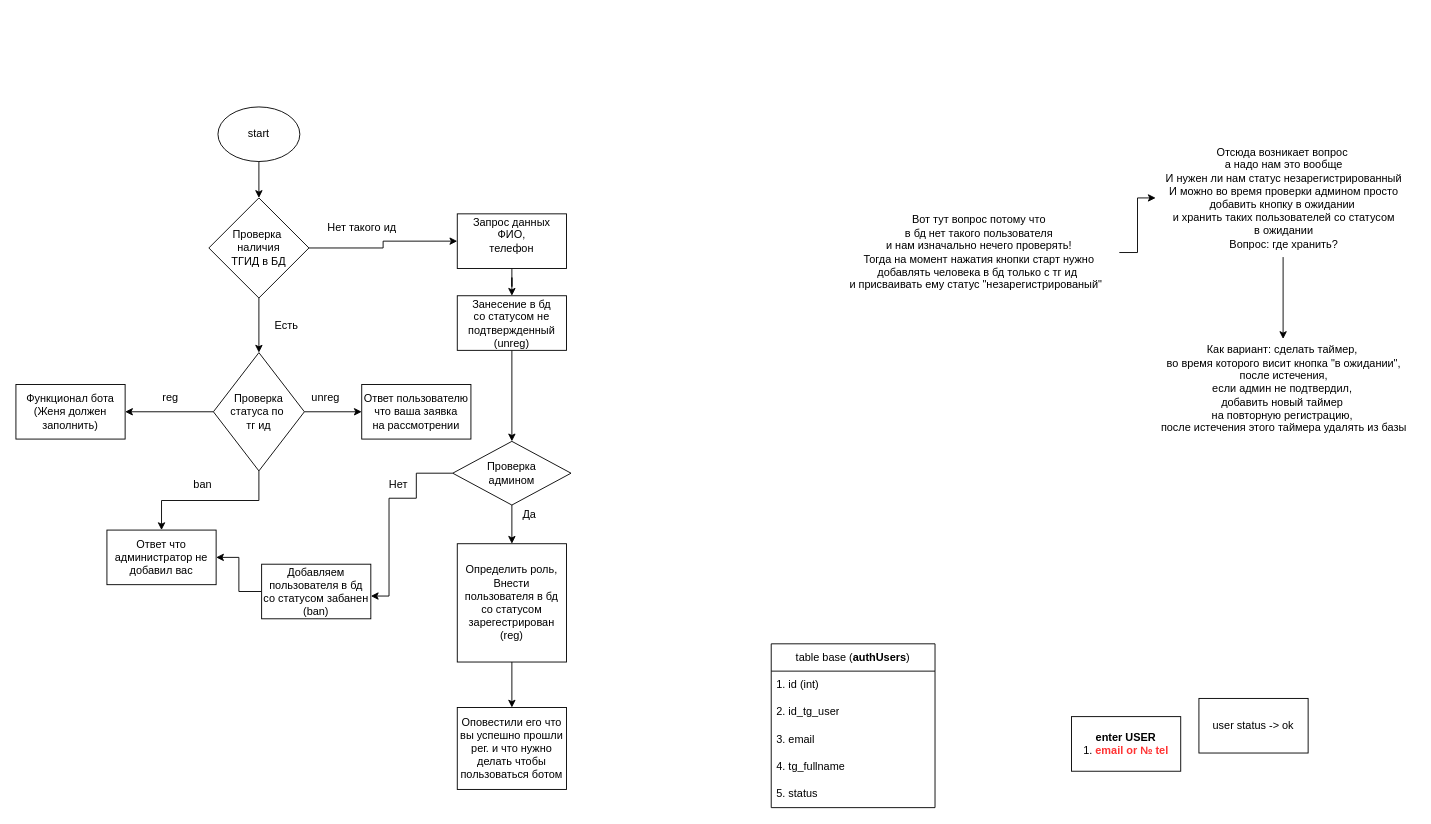
Above: auth_op_bot.drawio in EvgeniiGud/draw (draw.io), before the change. Source tidied: cells renumbered, new cells numbered last; positions are measured from the earlier drawing's top-left corner, leaving out a move shared by most shapes. Both pictures are drawn from the tidied source at 91%, with x=0, y=0 at pixel (15, 106).
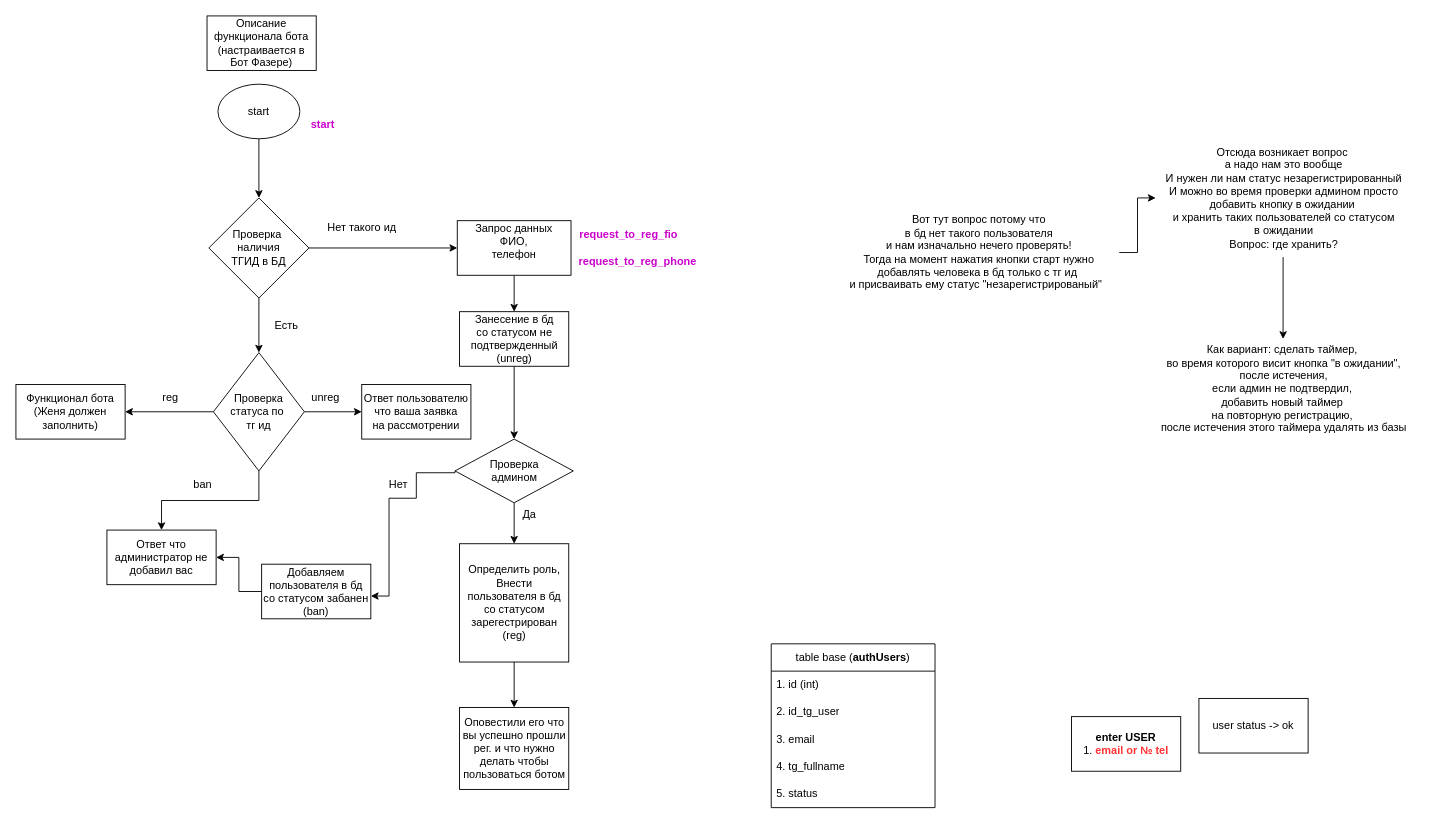
Above is the later version.

The edit, as a diff of the source:
```diff
@@
     <mxCell id="3" value="start" style="ellipse;whiteSpace=wrap;html=1;" parent="1" vertex="1">
-      <mxGeometry x="222" width="90" height="60" as="geometry" />
+      <mxGeometry x="222" y="-25" width="90" height="60" as="geometry" />
     </mxCell>
@@
     <mxCell id="6" value="&lt;div&gt;Проверка&lt;/div&gt;&lt;div&gt;админом&lt;/div&gt;" style="rhombus;whiteSpace=wrap;html=1;" parent="1" vertex="1">
-      <mxGeometry x="480" y="367.5" width="130" height="70" as="geometry" />
+      <mxGeometry x="482.5" y="365" width="130" height="70" as="geometry" />
     </mxCell>
@@
     <mxCell id="21" value="&lt;div&gt;Запрос данных&lt;/div&gt;&lt;div&gt;ФИО,&lt;/div&gt;&lt;div&gt;телефон&lt;/div&gt;&lt;div&gt;&lt;br&gt;&lt;/div&gt;" style="whiteSpace=wrap;html=1;" parent="1" vertex="1">
-      <mxGeometry x="485" y="117.5" width="120" height="60" as="geometry" />
+      <mxGeometry x="485" y="125" width="125" height="60" as="geometry" />
     </mxCell>
@@
     <mxCell id="23" value="&lt;div&gt;Определить роль,&lt;/div&gt;&lt;div&gt;Внести пользователя в бд со статусом&lt;/div&gt;&lt;div&gt;зарегестрирован&lt;/div&gt;&lt;div&gt;(reg)&lt;/div&gt;" style="whiteSpace=wrap;html=1;" parent="1" vertex="1">
-      <mxGeometry x="485" y="480" width="120" height="130" as="geometry" />
+      <mxGeometry x="487.5" y="480" width="120" height="130" as="geometry" />
     </mxCell>
@@
     <mxCell id="33" value="&lt;div&gt;Оповестили его что вы успешно прошли рег. и что нужно делать чтобы пользоваться ботом&lt;br&gt;&lt;/div&gt;" style="whiteSpace=wrap;html=1;" parent="1" vertex="1">
-      <mxGeometry x="485" y="660" width="120" height="90" as="geometry" />
+      <mxGeometry x="487.5" y="660" width="120" height="90" as="geometry" />
     </mxCell>
@@
     <mxCell id="45" value="&lt;div&gt;Занесение в бд&lt;/div&gt;&lt;div&gt;со статусом не подтвержденный&lt;/div&gt;&lt;div&gt;(unreg)&lt;/div&gt;" style="whiteSpace=wrap;html=1;" parent="1" vertex="1">
-      <mxGeometry x="485" y="207.5" width="120" height="60" as="geometry" />
+      <mxGeometry x="487.5" y="225" width="120" height="60" as="geometry" />
     </mxCell>
@@
+    <mxCell id="48" value="Описание функционала бота (настраивается в Бот Фазере)" style="rounded=0;whiteSpace=wrap;html=1;" parent="1" vertex="1">
+      <mxGeometry x="210" y="-100" width="120" height="60" as="geometry" />
+    </mxCell>
+    <mxCell id="49" value="&lt;font color=&quot;#cc00cc&quot;&gt;&lt;b&gt;start&lt;/b&gt;&lt;/font&gt;" style="text;html=1;align=center;verticalAlign=middle;strokeColor=none;fillColor=none;" parent="1" vertex="1">
+      <mxGeometry x="312" y="5" width="50" height="30" as="geometry" />
+    </mxCell>
+    <mxCell id="50" value="&lt;font color=&quot;#cc00cc&quot;&gt;&lt;b&gt;request_to_reg_fio&lt;/b&gt;&lt;/font&gt;" style="text;html=1;align=center;verticalAlign=middle;strokeColor=none;fillColor=none;" parent="1" vertex="1">
+      <mxGeometry x="607.5" y="125" width="130" height="30" as="geometry" />
+    </mxCell>
+    <mxCell id="51" value="&lt;font color=&quot;#cc00cc&quot;&gt;&lt;b&gt;request_to_reg_phone&lt;/b&gt;&lt;/font&gt;" style="text;html=1;align=center;verticalAlign=middle;strokeColor=none;fillColor=none;" parent="1" vertex="1">
+      <mxGeometry x="607.5" y="155" width="150" height="30" as="geometry" />
+    </mxCell>
```
